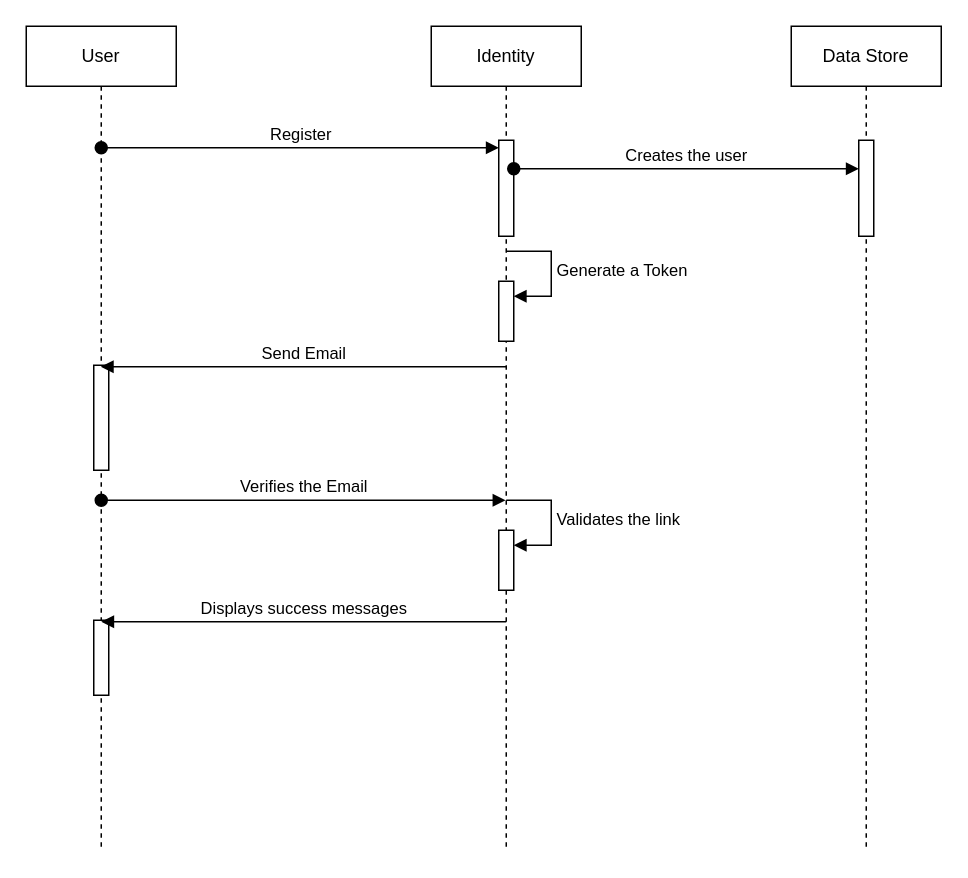
kinathru/DotNetCoreIdentityLearning keeps this draw.io diagram as page "user-registration-workflow" (7 of 9) of dotnetcore_authentication.drawio. Above is the earlier version. Source tidied: cells renumbered, new cells numbered last; positions are measured from the earlier drawing's top-left corner, leaving out a move shared by most shapes. Both pictures are drawn from the tidied source at 150%, with x=0, y=0 at pixel (26, 26).
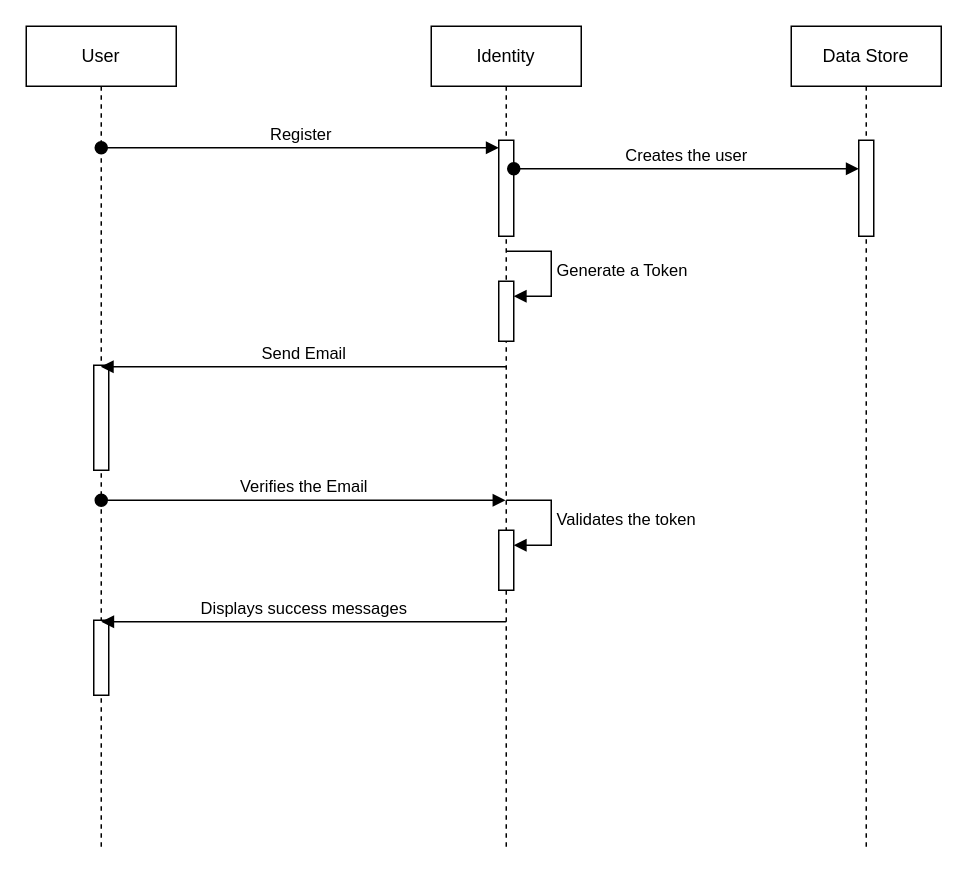
Above is the later version.

Unchanged cells that the change refers to:
```xml
<mxCell id="4" value="Identity" style="shape=umlLifeline;perimeter=lifelinePerimeter;whiteSpace=wrap;html=1;newEdgeStyle={&quot;curved&quot;:0,&quot;rounded&quot;:0};" parent="1" vertex="1">
  <mxGeometry x="270" width="100" height="550" as="geometry" />
</mxCell>
<mxCell id="6" style="html=1;points=[[0,0,0,0,5],[0,1,0,0,-5],[1,0,0,0,5],[1,1,0,0,-5]];perimeter=orthogonalPerimeter;outlineConnect=0;targetShapes=umlLifeline;portConstraint=eastwest;newEdgeStyle={&quot;curved&quot;:0,&quot;rounded&quot;:0};" parent="4" vertex="1">
  <mxGeometry x="45" y="336" width="10" height="40" as="geometry" />
</mxCell>
```

Change to the diagram source:
```diff
@@
-    <mxCell id="7" value="Validates the link" style="html=1;align=left;spacingLeft=2;endArrow=block;rounded=0;edgeStyle=orthogonalEdgeStyle;curved=0;rounded=0;" parent="4" edge="1" target="6">
+    <mxCell id="7" value="Validates the token" style="html=1;align=left;spacingLeft=2;endArrow=block;rounded=0;edgeStyle=orthogonalEdgeStyle;curved=0;rounded=0;" parent="4" edge="1" target="6">
       <mxGeometry relative="1" as="geometry">
         <mxPoint x="50" y="316" as="sourcePoint" />
         <Array as="points">
           <mxPoint x="80" y="346" />
         </Array>
       </mxGeometry>
     </mxCell>
```
